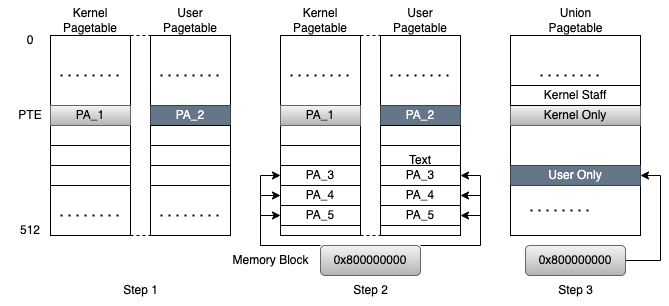
Above: figures/core.advance.drawio.png in txd0213/xmu-template (draw.io), before the change. Source tidied: cells renumbered, new cells last; positions are measured from the earlier drawing's top-left corner, leaving out a move shared by most shapes. Source of this version:
```xml
<mxGraphModel>
  <root>
    <mxCell id="0" />
    <mxCell id="1" parent="0" />
    <mxCell id="2" style="rounded=0;whiteSpace=wrap;html=1;" parent="1" vertex="1">
      <mxGeometry x="50" y="35" width="80" height="200" as="geometry" />
    </mxCell>
    <mxCell id="3" style="rounded=0;whiteSpace=wrap;html=1;" parent="1" vertex="1">
      <mxGeometry x="50" y="145" width="80" height="20" as="geometry" />
    </mxCell>
    <mxCell id="4" value="0" style="text;html=1;strokeColor=none;fillColor=none;align=center;verticalAlign=middle;whiteSpace=wrap;rounded=0;" parent="1" vertex="1">
      <mxGeometry y="25" width="60" height="30" as="geometry" />
    </mxCell>
    <mxCell id="5" value="512" style="text;html=1;strokeColor=none;fillColor=none;align=center;verticalAlign=middle;whiteSpace=wrap;rounded=0;" parent="1" vertex="1">
      <mxGeometry y="215" width="60" height="30" as="geometry" />
    </mxCell>
    <mxCell id="6" value="Kernel Pagetable" style="text;html=1;strokeColor=none;fillColor=none;align=center;verticalAlign=middle;whiteSpace=wrap;rounded=0;" parent="1" vertex="1">
      <mxGeometry x="60" y="5" width="60" height="30" as="geometry" />
    </mxCell>
    <mxCell id="7" style="rounded=0;whiteSpace=wrap;html=1;" parent="1" vertex="1">
      <mxGeometry x="150" y="35" width="80" height="200" as="geometry" />
    </mxCell>
    <mxCell id="8" value="User Pagetable" style="text;html=1;strokeColor=none;fillColor=none;align=center;verticalAlign=middle;whiteSpace=wrap;rounded=0;" parent="1" vertex="1">
      <mxGeometry x="160" y="5" width="60" height="30" as="geometry" />
    </mxCell>
    <mxCell id="9" style="endArrow=none;dashed=1;html=1;rounded=0;entryX=0;entryY=0;entryDx=0;entryDy=0;" parent="1" edge="1" target="7">
      <mxGeometry relative="1" as="geometry">
        <mxPoint x="130" y="35" as="sourcePoint" />
      </mxGeometry>
    </mxCell>
    <mxCell id="10" style="endArrow=none;dashed=1;html=1;rounded=0;entryX=0;entryY=1;entryDx=0;entryDy=0;" parent="1" edge="1" target="7">
      <mxGeometry relative="1" as="geometry">
        <mxPoint x="130" y="235" as="sourcePoint" />
      </mxGeometry>
    </mxCell>
    <mxCell id="11" style="rounded=0;whiteSpace=wrap;html=1;" parent="1" vertex="1">
      <mxGeometry x="50" y="125" width="80" height="20" as="geometry" />
    </mxCell>
    <mxCell id="12" style="rounded=0;whiteSpace=wrap;html=1;" parent="1" vertex="1">
      <mxGeometry x="50" y="165" width="80" height="20" as="geometry" />
    </mxCell>
    <mxCell id="13" value="PA_1" style="rounded=0;whiteSpace=wrap;html=1;fillColor=#f5f5f5;gradientColor=#b3b3b3;strokeColor=#666666;" parent="1" vertex="1">
      <mxGeometry x="50" y="105" width="80" height="20" as="geometry" />
    </mxCell>
    <mxCell id="14" style="endArrow=none;dashed=1;html=1;dashPattern=1 3;strokeWidth=2;rounded=0;" parent="1" edge="1">
      <mxGeometry relative="1" as="geometry">
        <mxPoint x="60" y="75" as="sourcePoint" />
        <mxPoint x="120" y="75" as="targetPoint" />
      </mxGeometry>
    </mxCell>
    <mxCell id="15" style="endArrow=none;dashed=1;html=1;dashPattern=1 3;strokeWidth=2;rounded=0;" parent="1" edge="1">
      <mxGeometry relative="1" as="geometry">
        <mxPoint x="60" y="215" as="sourcePoint" />
        <mxPoint x="120" y="215" as="targetPoint" />
      </mxGeometry>
    </mxCell>
    <mxCell id="16" value="PA_2" style="rounded=0;whiteSpace=wrap;html=1;fillColor=#647687;strokeColor=#314354;fontColor=#ffffff;" parent="1" vertex="1">
      <mxGeometry x="150" y="105" width="80" height="20" as="geometry" />
    </mxCell>
    <mxCell id="17" style="rounded=0;whiteSpace=wrap;html=1;" parent="1" vertex="1">
      <mxGeometry x="150" y="125" width="80" height="20" as="geometry" />
    </mxCell>
    <mxCell id="18" style="rounded=0;whiteSpace=wrap;html=1;" parent="1" vertex="1">
      <mxGeometry x="150" y="145" width="80" height="20" as="geometry" />
    </mxCell>
    <mxCell id="19" style="rounded=0;whiteSpace=wrap;html=1;" parent="1" vertex="1">
      <mxGeometry x="150" y="165" width="80" height="20" as="geometry" />
    </mxCell>
    <mxCell id="20" style="endArrow=none;dashed=1;html=1;dashPattern=1 3;strokeWidth=2;rounded=0;" parent="1" edge="1">
      <mxGeometry relative="1" as="geometry">
        <mxPoint x="160" y="75" as="sourcePoint" />
        <mxPoint x="220" y="75" as="targetPoint" />
      </mxGeometry>
    </mxCell>
    <mxCell id="21" style="endArrow=none;dashed=1;html=1;dashPattern=1 3;strokeWidth=2;rounded=0;" parent="1" edge="1">
      <mxGeometry relative="1" as="geometry">
        <mxPoint x="160" y="215" as="sourcePoint" />
        <mxPoint x="220" y="215" as="targetPoint" />
      </mxGeometry>
    </mxCell>
    <mxCell id="22" style="rounded=0;whiteSpace=wrap;html=1;" parent="1" vertex="1">
      <mxGeometry x="280" y="35" width="80" height="200" as="geometry" />
    </mxCell>
    <mxCell id="23" style="rounded=0;whiteSpace=wrap;html=1;" parent="1" vertex="1">
      <mxGeometry x="280" y="145" width="80" height="20" as="geometry" />
    </mxCell>
    <mxCell id="24" value="Kernel Pagetable" style="text;html=1;strokeColor=none;fillColor=none;align=center;verticalAlign=middle;whiteSpace=wrap;rounded=0;" parent="1" vertex="1">
      <mxGeometry x="290" y="5" width="60" height="30" as="geometry" />
    </mxCell>
    <mxCell id="25" style="rounded=0;whiteSpace=wrap;html=1;" parent="1" vertex="1">
      <mxGeometry x="380" y="35" width="80" height="200" as="geometry" />
    </mxCell>
    <mxCell id="26" value="User Pagetable" style="text;html=1;strokeColor=none;fillColor=none;align=center;verticalAlign=middle;whiteSpace=wrap;rounded=0;" parent="1" vertex="1">
      <mxGeometry x="390" y="5" width="60" height="30" as="geometry" />
    </mxCell>
    <mxCell id="27" style="endArrow=none;dashed=1;html=1;rounded=0;entryX=0;entryY=0;entryDx=0;entryDy=0;" parent="1" edge="1" target="25">
      <mxGeometry relative="1" as="geometry">
        <mxPoint x="360" y="35" as="sourcePoint" />
      </mxGeometry>
    </mxCell>
    <mxCell id="28" style="endArrow=none;dashed=1;html=1;rounded=0;entryX=0;entryY=1;entryDx=0;entryDy=0;" parent="1" edge="1" target="25">
      <mxGeometry relative="1" as="geometry">
        <mxPoint x="360" y="235" as="sourcePoint" />
      </mxGeometry>
    </mxCell>
    <mxCell id="29" style="rounded=0;whiteSpace=wrap;html=1;" parent="1" vertex="1">
      <mxGeometry x="280" y="125" width="80" height="20" as="geometry" />
    </mxCell>
    <mxCell id="30" value="PA_3" style="rounded=0;whiteSpace=wrap;html=1;" parent="1" vertex="1">
      <mxGeometry x="280" y="165" width="80" height="20" as="geometry" />
    </mxCell>
    <mxCell id="31" value="PA_1" style="rounded=0;whiteSpace=wrap;html=1;fillColor=#f5f5f5;strokeColor=#666666;gradientColor=#b3b3b3;" parent="1" vertex="1">
      <mxGeometry x="280" y="105" width="80" height="20" as="geometry" />
    </mxCell>
    <mxCell id="32" style="endArrow=none;dashed=1;html=1;dashPattern=1 3;strokeWidth=2;rounded=0;" parent="1" edge="1">
      <mxGeometry relative="1" as="geometry">
        <mxPoint x="290" y="75" as="sourcePoint" />
        <mxPoint x="350" y="75" as="targetPoint" />
      </mxGeometry>
    </mxCell>
    <mxCell id="33" value="PA_2" style="rounded=0;whiteSpace=wrap;html=1;fillColor=#647687;fontColor=#ffffff;strokeColor=#314354;" parent="1" vertex="1">
      <mxGeometry x="380" y="105" width="80" height="20" as="geometry" />
    </mxCell>
    <mxCell id="34" style="rounded=0;whiteSpace=wrap;html=1;" parent="1" vertex="1">
      <mxGeometry x="380" y="125" width="80" height="20" as="geometry" />
    </mxCell>
    <mxCell id="35" style="rounded=0;whiteSpace=wrap;html=1;" parent="1" vertex="1">
      <mxGeometry x="380" y="145" width="80" height="20" as="geometry" />
    </mxCell>
    <mxCell id="36" value="PA_3" style="rounded=0;whiteSpace=wrap;html=1;" parent="1" vertex="1">
      <mxGeometry x="380" y="165" width="80" height="20" as="geometry" />
    </mxCell>
    <mxCell id="37" style="endArrow=none;dashed=1;html=1;dashPattern=1 3;strokeWidth=2;rounded=0;" parent="1" edge="1">
      <mxGeometry relative="1" as="geometry">
        <mxPoint x="390" y="75" as="sourcePoint" />
        <mxPoint x="450" y="75" as="targetPoint" />
      </mxGeometry>
    </mxCell>
    <mxCell id="38" value="PA_4" style="rounded=0;whiteSpace=wrap;html=1;" parent="1" vertex="1">
      <mxGeometry x="280" y="185" width="80" height="20" as="geometry" />
    </mxCell>
    <mxCell id="39" value="PA_5" style="rounded=0;whiteSpace=wrap;html=1;" parent="1" vertex="1">
      <mxGeometry x="280" y="205" width="80" height="20" as="geometry" />
    </mxCell>
    <mxCell id="40" value="PTE" style="text;html=1;strokeColor=none;fillColor=none;align=center;verticalAlign=middle;whiteSpace=wrap;rounded=0;" parent="1" vertex="1">
      <mxGeometry y="95" width="60" height="40" as="geometry" />
    </mxCell>
    <mxCell id="41" value="PA_4" style="rounded=0;whiteSpace=wrap;html=1;" parent="1" vertex="1">
      <mxGeometry x="380" y="185" width="80" height="20" as="geometry" />
    </mxCell>
    <mxCell id="42" value="PA_5" style="rounded=0;whiteSpace=wrap;html=1;" parent="1" vertex="1">
      <mxGeometry x="380" y="205" width="80" height="20" as="geometry" />
    </mxCell>
    <mxCell id="43" style="edgeStyle=orthogonalEdgeStyle;rounded=0;jettySize=auto;html=1;entryX=0;entryY=0.75;entryDx=0;entryDy=0;" parent="1" edge="1" source="45" target="30">
      <mxGeometry relative="1" as="geometry">
        <Array as="points">
          <mxPoint x="260" y="245" />
          <mxPoint x="260" y="175" />
        </Array>
      </mxGeometry>
    </mxCell>
    <mxCell id="44" style="edgeStyle=orthogonalEdgeStyle;rounded=0;jettySize=auto;html=1;entryX=1;entryY=0.5;entryDx=0;entryDy=0;" parent="1" edge="1" source="45" target="36">
      <mxGeometry relative="1" as="geometry">
        <Array as="points">
          <mxPoint x="480" y="245" />
          <mxPoint x="480" y="175" />
        </Array>
      </mxGeometry>
    </mxCell>
    <mxCell id="45" value="0x800000000" style="rounded=1;whiteSpace=wrap;html=1;fillColor=#f5f5f5;strokeColor=#666666;gradientColor=#b3b3b3;" parent="1" vertex="1">
      <mxGeometry x="320" y="245" width="100" height="30" as="geometry" />
    </mxCell>
    <mxCell id="46" style="endArrow=classic;html=1;rounded=0;entryX=0;entryY=0.5;entryDx=0;entryDy=0;" parent="1" edge="1" target="38">
      <mxGeometry relative="1" as="geometry">
        <mxPoint x="260" y="195" as="sourcePoint" />
      </mxGeometry>
    </mxCell>
    <mxCell id="47" style="endArrow=classic;html=1;rounded=0;entryX=0;entryY=0.5;entryDx=0;entryDy=0;" parent="1" edge="1" target="39">
      <mxGeometry relative="1" as="geometry">
        <mxPoint x="260" y="215" as="sourcePoint" />
      </mxGeometry>
    </mxCell>
    <mxCell id="48" style="endArrow=classic;html=1;rounded=0;entryX=1;entryY=0.5;entryDx=0;entryDy=0;" parent="1" edge="1" target="41">
      <mxGeometry relative="1" as="geometry">
        <mxPoint x="480" y="195" as="sourcePoint" />
      </mxGeometry>
    </mxCell>
    <mxCell id="49" style="endArrow=classic;html=1;rounded=0;entryX=1;entryY=0.5;entryDx=0;entryDy=0;" parent="1" edge="1" target="42">
      <mxGeometry relative="1" as="geometry">
        <mxPoint x="480" y="215" as="sourcePoint" />
      </mxGeometry>
    </mxCell>
    <mxCell id="50" style="rounded=0;whiteSpace=wrap;html=1;" parent="1" vertex="1">
      <mxGeometry x="510" y="35" width="130" height="200" as="geometry" />
    </mxCell>
    <mxCell id="51" value="Union&lt;br&gt;Pagetable" style="text;html=1;align=center;verticalAlign=middle;strokeColor=none;fillColor=none;" parent="1" vertex="1">
      <mxGeometry x="535" width="80" height="40" as="geometry" />
    </mxCell>
    <mxCell id="52" value="Kernel Only" style="rounded=0;whiteSpace=wrap;html=1;fillColor=#f5f5f5;gradientColor=#b3b3b3;strokeColor=#666666;" parent="1" vertex="1">
      <mxGeometry x="510" y="105" width="130" height="20" as="geometry" />
    </mxCell>
    <mxCell id="53" value="User Only" style="rounded=0;whiteSpace=wrap;html=1;fillColor=#647687;fontColor=#ffffff;strokeColor=#314354;" parent="1" vertex="1">
      <mxGeometry x="510" y="165" width="130" height="20" as="geometry" />
    </mxCell>
    <mxCell id="54" value="Memory Block" style="text;html=1;align=center;verticalAlign=middle;strokeColor=none;fillColor=none;" parent="1" vertex="1">
      <mxGeometry x="220" y="245" width="100" height="30" as="geometry" />
    </mxCell>
    <mxCell id="55" style="edgeStyle=orthogonalEdgeStyle;rounded=0;jettySize=auto;html=1;entryX=1;entryY=0.5;entryDx=0;entryDy=0;" parent="1" edge="1" source="56" target="53">
      <mxGeometry relative="1" as="geometry">
        <Array as="points">
          <mxPoint x="660" y="260" />
          <mxPoint x="660" y="175" />
        </Array>
      </mxGeometry>
    </mxCell>
    <mxCell id="56" value="0x800000000" style="rounded=1;whiteSpace=wrap;html=1;fillColor=#f5f5f5;strokeColor=#666666;gradientColor=#b3b3b3;" parent="1" vertex="1">
      <mxGeometry x="525" y="245" width="100" height="30" as="geometry" />
    </mxCell>
    <mxCell id="57" style="endArrow=none;dashed=1;html=1;dashPattern=1 3;strokeWidth=2;rounded=0;" parent="1" edge="1">
      <mxGeometry relative="1" as="geometry">
        <mxPoint x="540" y="75" as="sourcePoint" />
        <mxPoint x="600" y="75" as="targetPoint" />
      </mxGeometry>
    </mxCell>
    <mxCell id="58" style="endArrow=none;dashed=1;html=1;dashPattern=1 3;strokeWidth=2;rounded=0;" parent="1" edge="1">
      <mxGeometry relative="1" as="geometry">
        <mxPoint x="530" y="210" as="sourcePoint" />
        <mxPoint x="590" y="210" as="targetPoint" />
      </mxGeometry>
    </mxCell>
    <mxCell id="59" value="Kernel Staff" style="rounded=0;whiteSpace=wrap;html=1;" parent="1" vertex="1">
      <mxGeometry x="510" y="85" width="130" height="20" as="geometry" />
    </mxCell>
    <mxCell id="60" value="Text" style="text;html=1;strokeColor=none;fillColor=none;align=center;verticalAlign=middle;whiteSpace=wrap;rounded=0;" parent="1" vertex="1">
      <mxGeometry x="390" y="145" width="60" height="30" as="geometry" />
    </mxCell>
    <mxCell id="61" value="Step 1" style="text;html=1;align=center;verticalAlign=middle;strokeColor=none;fillColor=none;" parent="1" vertex="1">
      <mxGeometry x="110" y="275" width="60" height="30" as="geometry" />
    </mxCell>
    <mxCell id="62" value="Step 3" style="text;html=1;align=center;verticalAlign=middle;strokeColor=none;fillColor=none;" parent="1" vertex="1">
      <mxGeometry x="545" y="275" width="60" height="30" as="geometry" />
    </mxCell>
    <mxCell id="63" value="Step 2" style="text;html=1;align=center;verticalAlign=middle;strokeColor=none;fillColor=none;" parent="1" vertex="1">
      <mxGeometry x="340" y="275" width="60" height="30" as="geometry" />
    </mxCell>
  </root>
</mxGraphModel>
```
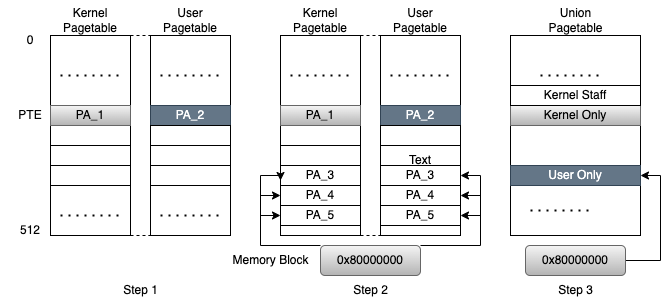
The same diagram one commit later.

The edit, as a diff of the source:
```diff
@@ -167,7 +167,7 @@
         </Array>
       </mxGeometry>
     </mxCell>
-    <mxCell id="45" value="0x800000000" style="rounded=1;whiteSpace=wrap;html=1;fillColor=#f5f5f5;strokeColor=#666666;gradientColor=#b3b3b3;" parent="1" vertex="1">
+    <mxCell id="45" value="0x80000000" style="rounded=1;whiteSpace=wrap;html=1;fillColor=#f5f5f5;strokeColor=#666666;gradientColor=#b3b3b3;" parent="1" vertex="1">
       <mxGeometry x="320" y="245" width="100" height="30" as="geometry" />
     </mxCell>
     <mxCell id="46" style="endArrow=classic;html=1;rounded=0;entryX=0;entryY=0.5;entryDx=0;entryDy=0;" parent="1" edge="1" target="38">
@@ -213,7 +213,7 @@
         </Array>
       </mxGeometry>
     </mxCell>
-    <mxCell id="56" value="0x800000000" style="rounded=1;whiteSpace=wrap;html=1;fillColor=#f5f5f5;strokeColor=#666666;gradientColor=#b3b3b3;" parent="1" vertex="1">
+    <mxCell id="56" value="0x80000000" style="rounded=1;whiteSpace=wrap;html=1;fillColor=#f5f5f5;strokeColor=#666666;gradientColor=#b3b3b3;" parent="1" vertex="1">
       <mxGeometry x="525" y="245" width="100" height="30" as="geometry" />
     </mxCell>
     <mxCell id="57" style="endArrow=none;dashed=1;html=1;dashPattern=1 3;strokeWidth=2;rounded=0;" parent="1" edge="1">
```
